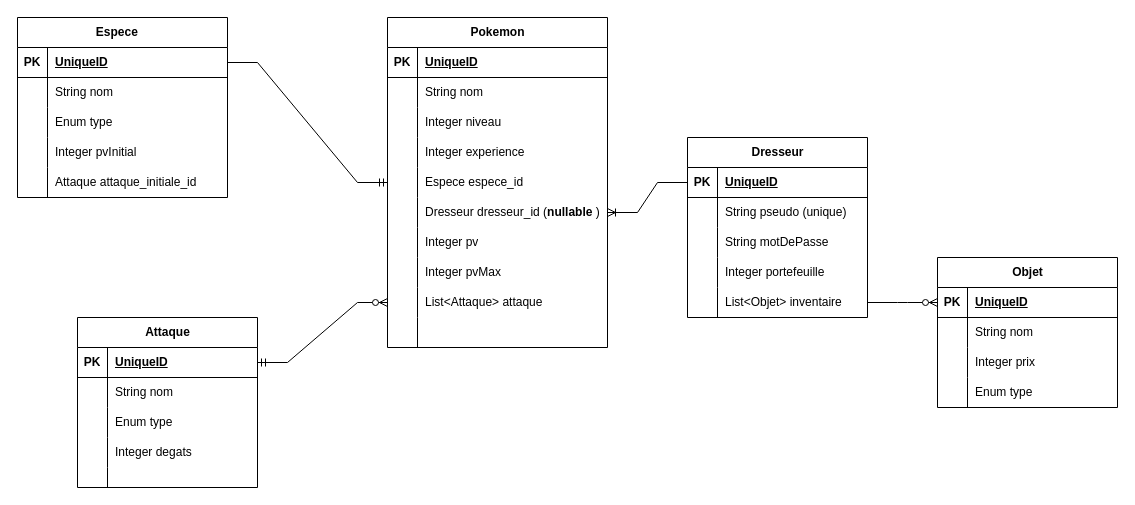
Before: TP Pokemon.drawio.xml in 2024-06-24-POE-JAVA-NIORT-DISTANCIEL/tp-rest-pokemon-groupe-3, a draw.io diagram. Source tidied: cells renumbered, new cells numbered last; positions are measured from the earlier drawing's top-left corner, leaving out a move shared by most shapes. Both pictures are drawn from the tidied source at 100%, with x=0, y=0 at pixel (17, 17).
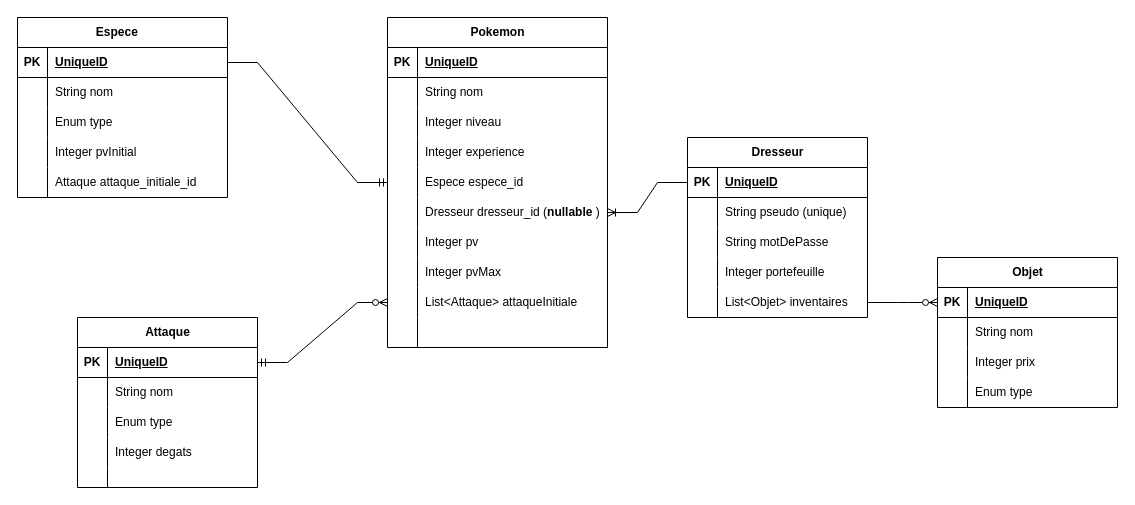
The same diagram, later.

Unchanged cells that the change refers to:
```xml
<mxCell id="27" style="shape=tableRow;horizontal=0;startSize=0;swimlaneHead=0;swimlaneBody=0;fillColor=none;points=[[0,0.5],[1,0.5]];portConstraint=eastwest;top=0;left=0;right=0;bottom=0;" parent="2" vertex="1">
  <mxGeometry y="270" width="220" height="30" as="geometry" />
</mxCell>
<mxCell id="78" style="shape=tableRow;horizontal=0;startSize=0;swimlaneHead=0;swimlaneBody=0;fillColor=none;points=[[0,0.5],[1,0.5]];portConstraint=eastwest;top=0;left=0;right=0;bottom=0;" parent="65" vertex="1">
  <mxGeometry y="150" width="180" height="30" as="geometry" />
</mxCell>
```

What changed in the source:
```diff
@@
-    <mxCell id="29" value="List&amp;lt;Attaque&amp;gt; attaque" style="shape=partialRectangle;fillColor=none;top=0;left=0;bottom=0;right=0;align=left;spacingLeft=6;overflow=hidden;whiteSpace=wrap;html=1;" parent="27" vertex="1">
+    <mxCell id="29" value="List&amp;lt;Attaque&amp;gt; attaqueInitiale" style="shape=partialRectangle;fillColor=none;top=0;left=0;bottom=0;right=0;align=left;spacingLeft=6;overflow=hidden;whiteSpace=wrap;html=1;" parent="27" vertex="1">
       <mxGeometry x="30" width="190" height="30" as="geometry" />
     </mxCell>
@@
-    <mxCell id="80" value="List&amp;lt;Objet&amp;gt; inventaire" style="shape=partialRectangle;fillColor=none;top=0;left=0;bottom=0;right=0;align=left;spacingLeft=6;overflow=hidden;whiteSpace=wrap;html=1;" parent="78" vertex="1">
+    <mxCell id="80" value="List&amp;lt;Objet&amp;gt; inventaires" style="shape=partialRectangle;fillColor=none;top=0;left=0;bottom=0;right=0;align=left;spacingLeft=6;overflow=hidden;whiteSpace=wrap;html=1;" parent="78" vertex="1">
       <mxGeometry x="30" width="150" height="30" as="geometry" />
     </mxCell>
```
